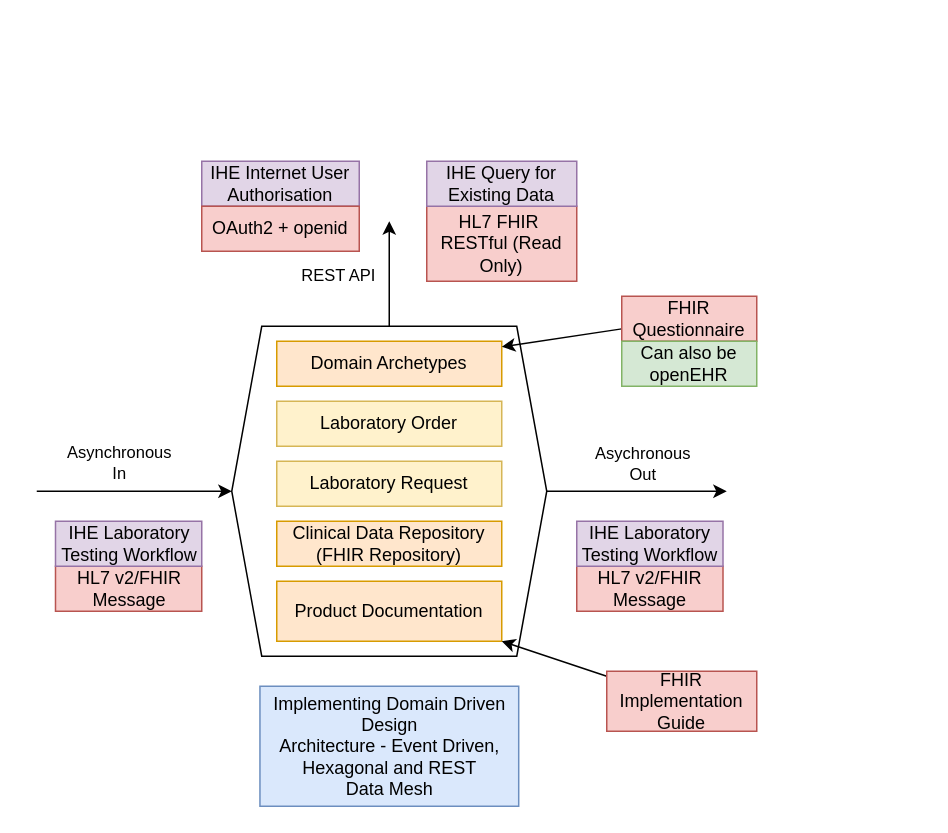
Above: DrawIo/Data Mesh Heaxagonal.drawio in nw-gmsa/nw-gmsa.github.com (draw.io), before the change. Source tidied: cells renumbered, new cells numbered last; positions are measured from the earlier drawing's top-left corner, leaving out a move shared by most shapes. Both pictures are drawn from the tidied source at 150%, with x=0, y=0 at pixel (36, 160).
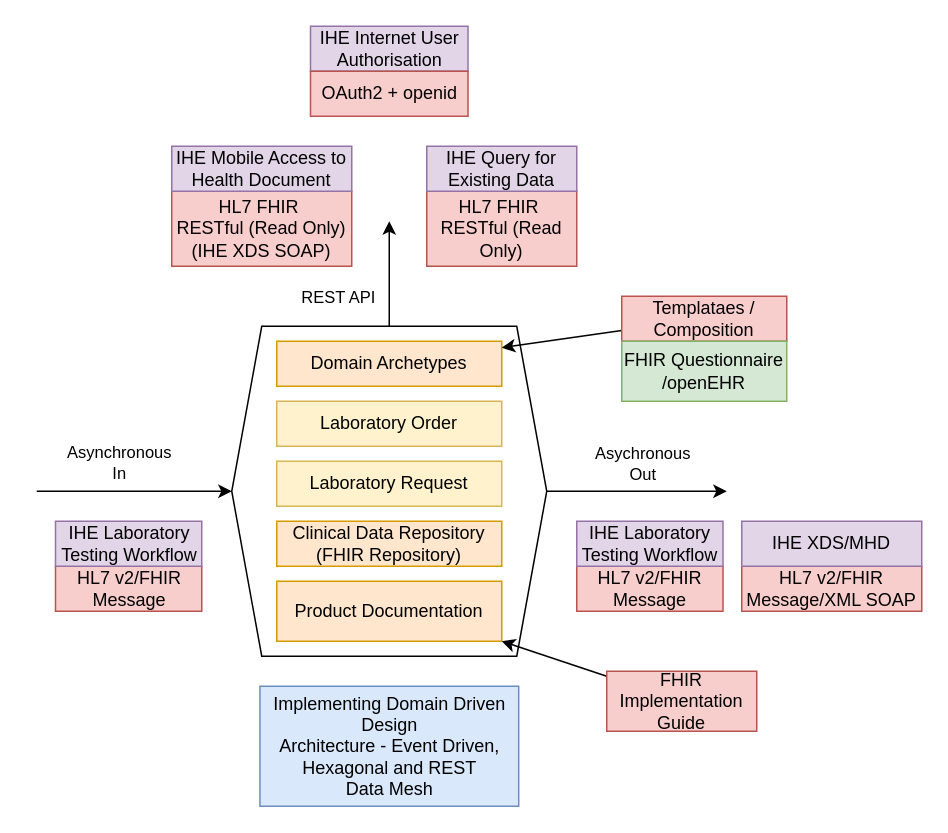
Above is the later version.

Commit message (it also covers changes not shown here):
Patient Administration Managment

Unchanged cells that the change refers to:
```xml
<mxCell id="9" style="endArrow=classic;html=1;rounded=0;exitX=0.5;exitY=0;exitDx=0;exitDy=0;" parent="1" edge="1" source="2">
  <mxGeometry relative="1" as="geometry">
    <mxPoint x="235" y="40" as="targetPoint" />
  </mxGeometry>
</mxCell>
```

What changed in the source:
```diff
@@
     <mxCell id="10" value="REST API" style="edgeLabel;html=1;align=center;verticalAlign=middle;" parent="9" vertex="1">
       <mxGeometry x="-0.09" y="2" relative="1" as="geometry">
-        <mxPoint x="-33" y="-3" as="offset" />
+        <mxPoint x="-33" y="12" as="offset" />
       </mxGeometry>
     </mxCell>
     <mxCell id="11" value="HL7 FHIR&amp;nbsp;&lt;br&gt;RESTful (Read Only)" style="text;html=1;align=center;verticalAlign=middle;whiteSpace=wrap;rounded=0;fillColor=#f8cecc;strokeColor=#b85450;" parent="1" vertex="1">
-      <mxGeometry x="260" y="30" width="100" height="50" as="geometry" />
+      <mxGeometry x="260" y="20" width="100" height="50" as="geometry" />
     </mxCell>
@@
     <mxCell id="13" value="IHE Query for Existing Data" style="text;html=1;align=center;verticalAlign=middle;whiteSpace=wrap;rounded=0;fillColor=#e1d5e7;strokeColor=#9673a6;" parent="1" vertex="1">
-      <mxGeometry x="260" width="100" height="30" as="geometry" />
+      <mxGeometry x="260" y="-10" width="100" height="30" as="geometry" />
     </mxCell>
     <mxCell id="14" value="IHE Internet User Authorisation" style="text;html=1;align=center;verticalAlign=middle;whiteSpace=wrap;rounded=0;fillColor=#e1d5e7;strokeColor=#9673a6;" parent="1" vertex="1">
-      <mxGeometry x="110" width="105" height="30" as="geometry" />
+      <mxGeometry x="182.5" y="-90" width="105" height="30" as="geometry" />
     </mxCell>
@@
-    <mxCell id="20" value="FHIR Questionnaire" style="text;html=1;align=center;verticalAlign=middle;whiteSpace=wrap;rounded=0;fillColor=#f8cecc;strokeColor=#b85450;" parent="1" vertex="1">
-      <mxGeometry x="390" y="90" width="90" height="30" as="geometry" />
+    <mxCell id="20" value="Templataes / Composition" style="text;html=1;align=center;verticalAlign=middle;whiteSpace=wrap;rounded=0;fillColor=#f8cecc;strokeColor=#b85450;" parent="1" vertex="1">
+      <mxGeometry x="390" y="90" width="110" height="30" as="geometry" />
     </mxCell>
@@
     <mxCell id="24" value="OAuth2 + openid" style="text;html=1;align=center;verticalAlign=middle;whiteSpace=wrap;rounded=0;fillColor=#f8cecc;strokeColor=#b85450;" parent="1" vertex="1">
-      <mxGeometry x="110" y="30" width="105" height="30" as="geometry" />
+      <mxGeometry x="182.5" y="-60" width="105" height="30" as="geometry" />
     </mxCell>
@@
-    <mxCell id="27" value="Can also be openEHR" style="text;html=1;align=center;verticalAlign=middle;whiteSpace=wrap;rounded=0;fillColor=#d5e8d4;strokeColor=#82b366;" parent="1" vertex="1">
-      <mxGeometry x="390" y="120" width="90" height="30" as="geometry" />
+    <mxCell id="27" value="FHIR Questionnaire /openEHR" style="text;html=1;align=center;verticalAlign=middle;whiteSpace=wrap;rounded=0;fillColor=#d5e8d4;strokeColor=#82b366;" parent="1" vertex="1">
+      <mxGeometry x="390" y="120" width="110" height="40" as="geometry" />
     </mxCell>
+    <mxCell id="28" value="HL7 FHIR&amp;nbsp;&lt;br&gt;RESTful (Read Only)&lt;br&gt;(IHE XDS SOAP)" style="text;html=1;align=center;verticalAlign=middle;whiteSpace=wrap;rounded=0;fillColor=#f8cecc;strokeColor=#b85450;" parent="1" vertex="1">
+      <mxGeometry x="90" y="20" width="120" height="50" as="geometry" />
+    </mxCell>
+    <mxCell id="29" value="IHE Mobile Access to Health Document" style="text;html=1;align=center;verticalAlign=middle;whiteSpace=wrap;rounded=0;fillColor=#e1d5e7;strokeColor=#9673a6;" parent="1" vertex="1">
+      <mxGeometry x="90" y="-10" width="120" height="30" as="geometry" />
+    </mxCell>
+    <mxCell id="30" value="HL7 v2/FHIR Message/XML SOAP" style="text;html=1;align=center;verticalAlign=middle;whiteSpace=wrap;rounded=0;fillColor=#f8cecc;strokeColor=#b85450;" parent="1" vertex="1">
+      <mxGeometry x="470" y="270" width="120" height="30" as="geometry" />
+    </mxCell>
+    <mxCell id="31" value="IHE XDS/MHD" style="text;html=1;align=center;verticalAlign=middle;whiteSpace=wrap;rounded=0;fillColor=#e1d5e7;strokeColor=#9673a6;" parent="1" vertex="1">
+      <mxGeometry x="470" y="240" width="120" height="30" as="geometry" />
+    </mxCell>
```
